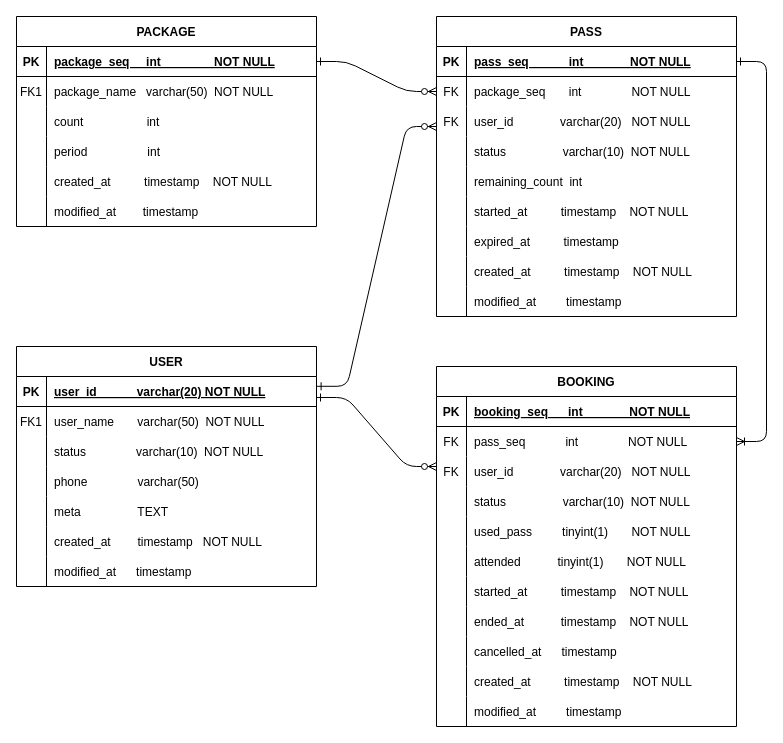
y2gon2/pass-batch keeps this draw.io diagram as document/제목 없는 다이어그램.drawio. Above is the earlier version. Source tidied: cells renumbered, new cells numbered last; positions are measured from the earlier drawing's top-left corner, leaving out a move shared by most shapes. Both pictures are drawn from the tidied source at 100%, with x=0, y=0 at pixel (16, -109).
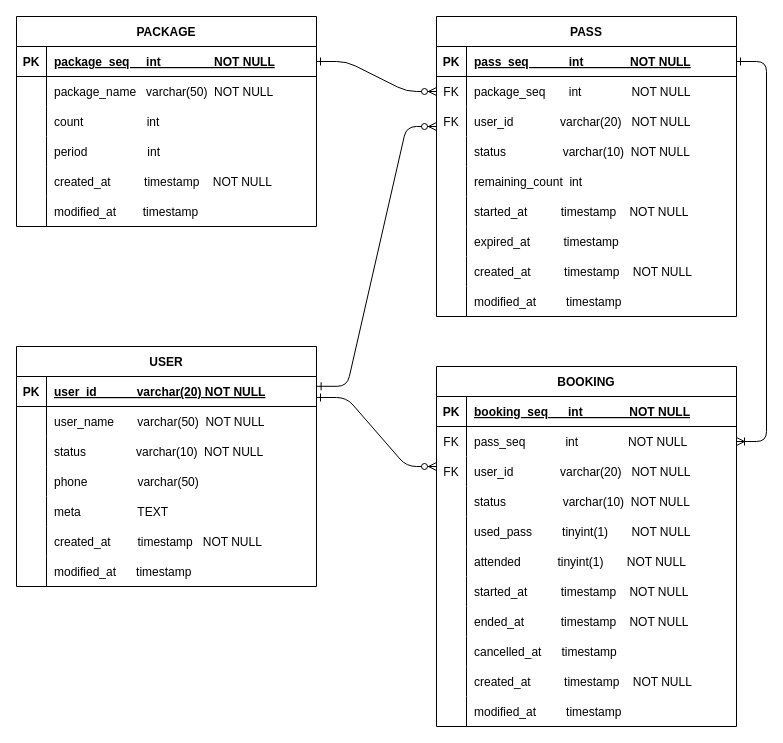
The same diagram, later.

Commit message:
필요 없는 FK 표시 삭제

Unchanged cells that the change refers to:
```xml
<mxCell id="7" style="shape=partialRectangle;fillColor=none;top=0;left=0;right=0;bottom=0;" parent="3" vertex="1">
  <mxGeometry y="60" width="300" height="30" as="geometry" />
</mxCell>
<mxCell id="26" style="shape=partialRectangle;fillColor=none;top=0;left=0;right=0;bottom=0;" parent="22" vertex="1">
  <mxGeometry y="60" width="300" height="30" as="geometry" />
</mxCell>
```

The edit, as a diff of the source:
```diff
@@
-    <mxCell id="8" value="FK1" style="shape=partialRectangle;overflow=hidden;fillColor=none;top=0;left=0;bottom=0;right=0;" parent="7" vertex="1">
+    <mxCell id="8" style="shape=partialRectangle;overflow=hidden;fillColor=none;top=0;left=0;bottom=0;right=0;" parent="7" vertex="1">
       <mxGeometry width="30" height="30" as="geometry" />
     </mxCell>
@@
-    <mxCell id="27" value="FK1" style="shape=partialRectangle;overflow=hidden;fillColor=none;top=0;left=0;bottom=0;right=0;" parent="26" vertex="1">
+    <mxCell id="27" style="shape=partialRectangle;overflow=hidden;fillColor=none;top=0;left=0;bottom=0;right=0;" parent="26" vertex="1">
       <mxGeometry width="30" height="30" as="geometry" />
     </mxCell>
```
